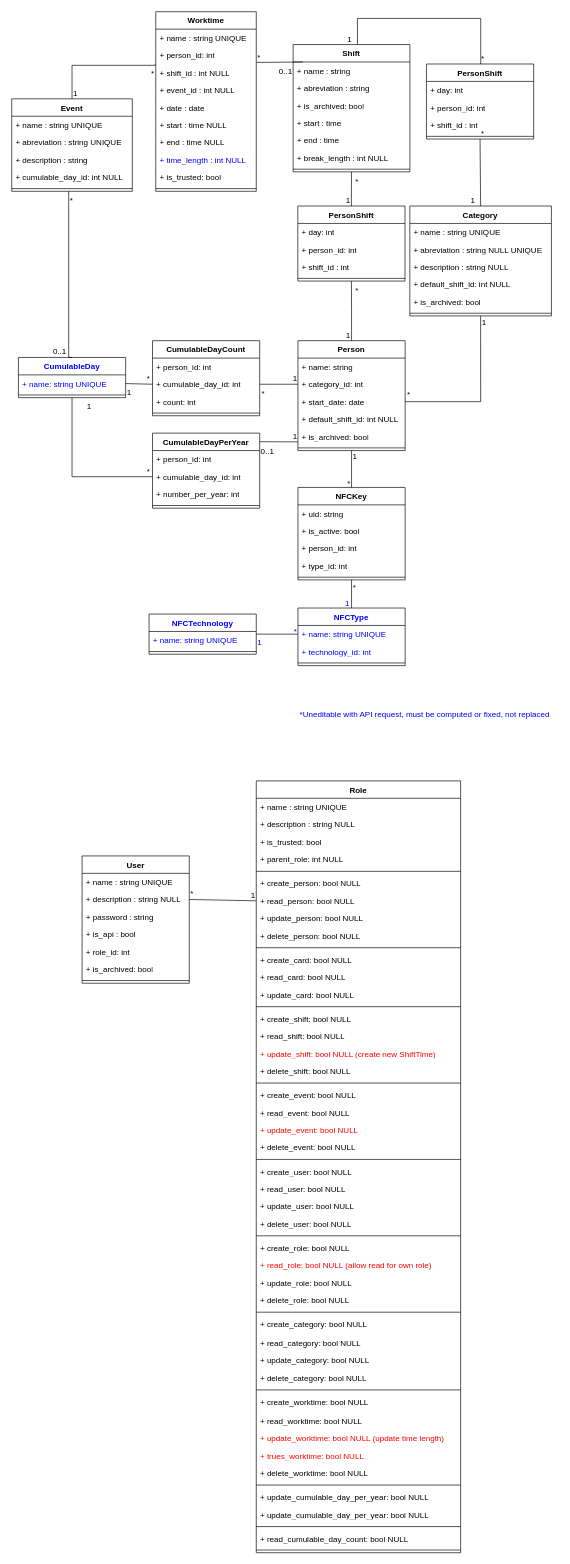
Above: TimeManagerMLD.drawio in FrShao/TimeManager (draw.io), before the change. Source tidied: cells renumbered, new cells numbered last; positions are measured from the earlier drawing's top-left corner, leaving out a move shared by most shapes. Both pictures are drawn from the tidied source at 67%, with x=0, y=0 at pixel (11, 11).
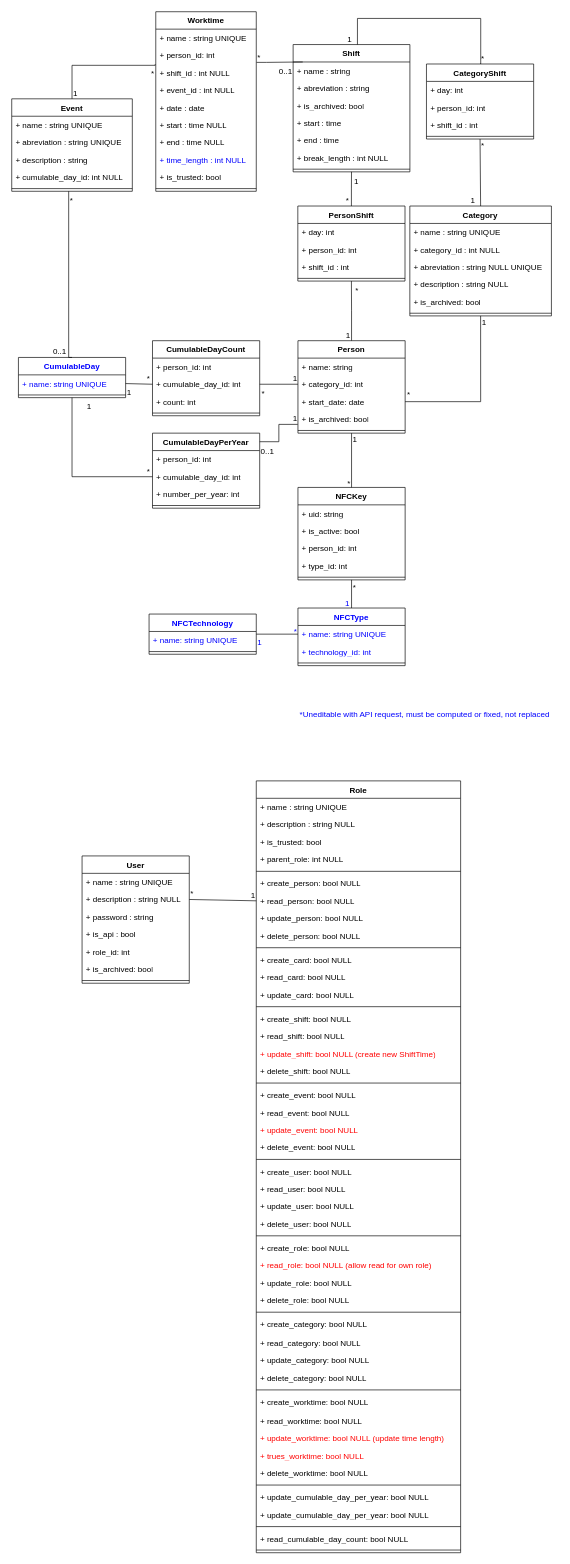
The same diagram, later.

Commit message:
Mettre à jour TimeManagerMLD.drawio

The change refers to these unchanged cells:
```xml
<mxCell id="60" value="Category" style="swimlane;fontStyle=1;align=center;verticalAlign=top;horizontal=1;startSize=26;whiteSpace=wrap;html=1;" parent="1" vertex="1">
  <mxGeometry x="594.2" y="290" width="211.3" height="164" as="geometry" />
</mxCell>
<mxCell id="179" style="endArrow=none;html=1;rounded=0;entryX=0.5;entryY=0;entryDx=0;entryDy=0;edgeStyle=orthogonalEdgeStyle;exitX=0.5;exitY=1;exitDx=0;exitDy=0;" parent="1" edge="1" source="152" target="60">
  <mxGeometry relative="1" as="geometry">
    <Array as="points">
      <mxPoint x="700" y="190" />
    </Array>
  </mxGeometry>
</mxCell>
<mxCell id="182" style="endArrow=none;html=1;rounded=0;exitX=0.5;exitY=0;exitDx=0;exitDy=0;edgeStyle=orthogonalEdgeStyle;entryX=0.5;entryY=1;entryDx=0;entryDy=0;" parent="1" edge="1" source="147" target="78">
  <mxGeometry relative="1" as="geometry" />
</mxCell>
```

The edit, as a diff of the source:
```diff
@@
     <mxCell id="2" value="Person" style="swimlane;fontStyle=1;align=center;verticalAlign=top;horizontal=1;startSize=26;whiteSpace=wrap;html=1;" parent="1" vertex="1">
-      <mxGeometry x="427.2" y="491" width="160" height="164" as="geometry" />
+      <mxGeometry x="427.2" y="491" width="160" height="138" as="geometry" />
     </mxCell>
@@
-    <mxCell id="6" value="+ default_shift_id: int NULL" style="text;strokeColor=none;fillColor=none;align=left;verticalAlign=top;spacingLeft=4;spacingRight=4;overflow=hidden;whiteSpace=wrap;html=1;" parent="2" vertex="1">
-      <mxGeometry y="104" width="160" height="26" as="geometry" />
-    </mxCell>
     <mxCell id="7" value="+ is_archived: bool" style="text;strokeColor=none;fillColor=none;align=left;verticalAlign=top;spacingLeft=4;spacingRight=4;overflow=hidden;points=[[0,0.5],[1,0.5]];portConstraint=eastwest;whiteSpace=wrap;html=1;" parent="2" vertex="1">
-      <mxGeometry y="130" width="160" height="26" as="geometry" />
+      <mxGeometry y="104" width="160" height="26" as="geometry" />
     </mxCell>
     <mxCell id="8" style="line;strokeWidth=1;fillColor=none;align=left;verticalAlign=middle;spacingTop=-1;spacingLeft=3;spacingRight=3;labelPosition=right;strokeColor=inherit;" parent="2" vertex="1">
-      <mxGeometry y="156" width="160" height="8" as="geometry" />
+      <mxGeometry y="130" width="160" height="8" as="geometry" />
     </mxCell>
@@
+    <mxCell id="185" value="+ category_id : int NULL" style="text;strokeColor=none;fillColor=none;align=left;verticalAlign=top;spacingLeft=4;spacingRight=4;overflow=hidden;whiteSpace=wrap;html=1;" parent="60" vertex="1">
+      <mxGeometry y="52" width="211.3" height="26" as="geometry" />
+    </mxCell>
     <mxCell id="62" value="+ abreviation : string NULL UNIQUE" style="text;strokeColor=none;fillColor=none;align=left;verticalAlign=top;spacingLeft=4;spacingRight=4;overflow=hidden;whiteSpace=wrap;html=1;" parent="60" vertex="1">
-      <mxGeometry y="52" width="211.3" height="26" as="geometry" />
+      <mxGeometry y="78" width="211.3" height="26" as="geometry" />
     </mxCell>
     <mxCell id="63" value="+ description : string NULL" style="text;strokeColor=none;fillColor=none;align=left;verticalAlign=top;spacingLeft=4;spacingRight=4;overflow=hidden;whiteSpace=wrap;html=1;" parent="60" vertex="1">
-      <mxGeometry y="78" width="211.3" height="26" as="geometry" />
+      <mxGeometry y="104" width="211.3" height="26" as="geometry" />
     </mxCell>
-    <mxCell id="64" value="+ default_shift_id: int NULL" style="text;strokeColor=none;fillColor=none;align=left;verticalAlign=top;spacingLeft=4;spacingRight=4;overflow=hidden;whiteSpace=wrap;html=1;" parent="60" vertex="1">
-      <mxGeometry y="104" width="211.3" height="26" as="geometry" />
-    </mxCell>
@@
-    <mxCell id="152" value="PersonShift" style="swimlane;fontStyle=1;align=center;verticalAlign=top;horizontal=1;startSize=26;whiteSpace=wrap;html=1;" parent="1" vertex="1">
+    <mxCell id="152" value="CategoryShift" style="swimlane;fontStyle=1;align=center;verticalAlign=top;horizontal=1;startSize=26;whiteSpace=wrap;html=1;" parent="1" vertex="1">
       <mxGeometry x="619" y="78" width="160" height="112" as="geometry" />
     </mxCell>
@@
     <mxCell id="180" value="*" style="html=1;whiteSpace=wrap;align=left;verticalAlign=bottom;" parent="179" vertex="1">
-      <mxGeometry x="-1" relative="1" as="geometry" />
+      <mxGeometry x="-1" relative="1" as="geometry">
+        <mxPoint y="18" as="offset" />
+      </mxGeometry>
     </mxCell>
@@
-    <mxCell id="183" value="1" style="html=1;whiteSpace=wrap;align=left;verticalAlign=bottom;" parent="182" vertex="1">
+    <mxCell id="183" value="*" style="html=1;whiteSpace=wrap;align=left;verticalAlign=bottom;" parent="182" vertex="1">
       <mxGeometry x="-1" relative="1" as="geometry">
         <mxPoint x="-10" as="offset" />
       </mxGeometry>
     </mxCell>
-    <mxCell id="184" value="*" style="html=1;whiteSpace=wrap;align=right;verticalAlign=bottom;" parent="182" vertex="1">
+    <mxCell id="184" value="1" style="html=1;whiteSpace=wrap;align=right;verticalAlign=bottom;" parent="182" vertex="1">
       <mxGeometry x="1" relative="1" as="geometry">
         <mxPoint x="12" y="22" as="offset" />
       </mxGeometry>
     </mxCell>
```
